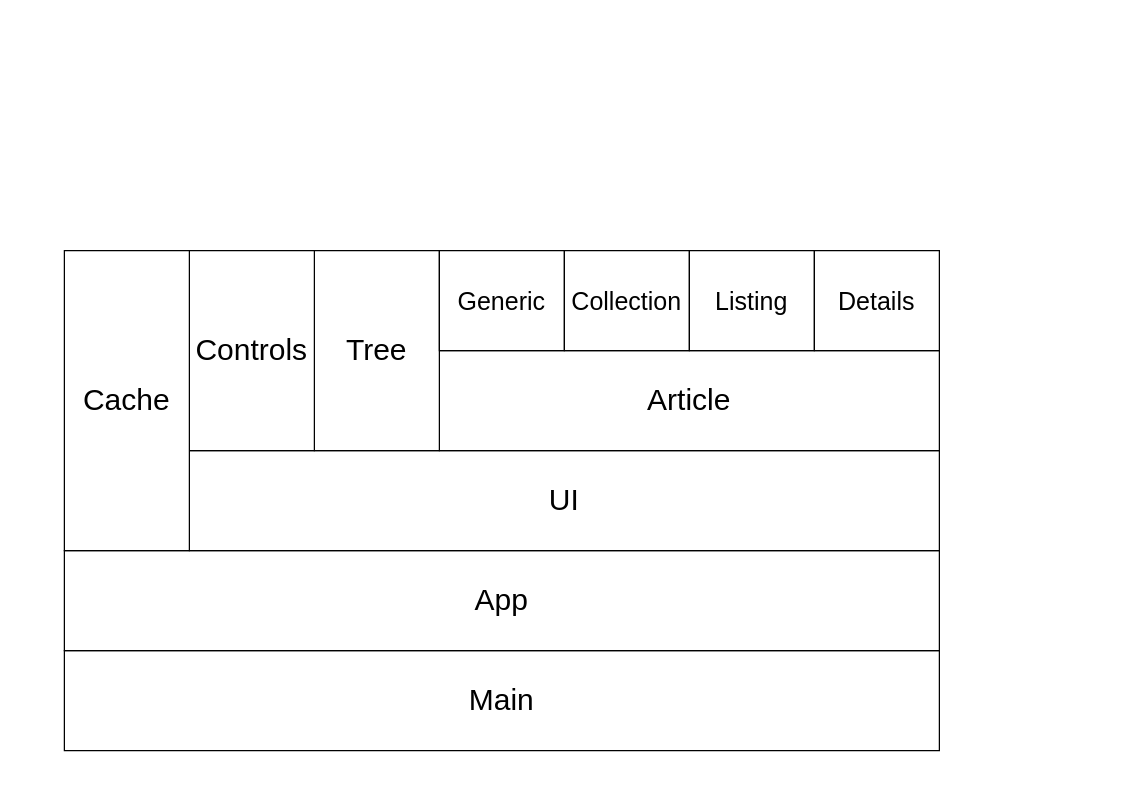
Above: doc/modules.drawio in ThomasWeiser/mediatum-view (draw.io), before the change. Source tidied: cells renumbered, new cells numbered last; positions are measured from the earlier drawing's top-left corner, leaving out a move shared by most shapes. Both pictures are drawn from the tidied source at 125%, with x=0, y=0 at pixel (64, 250).
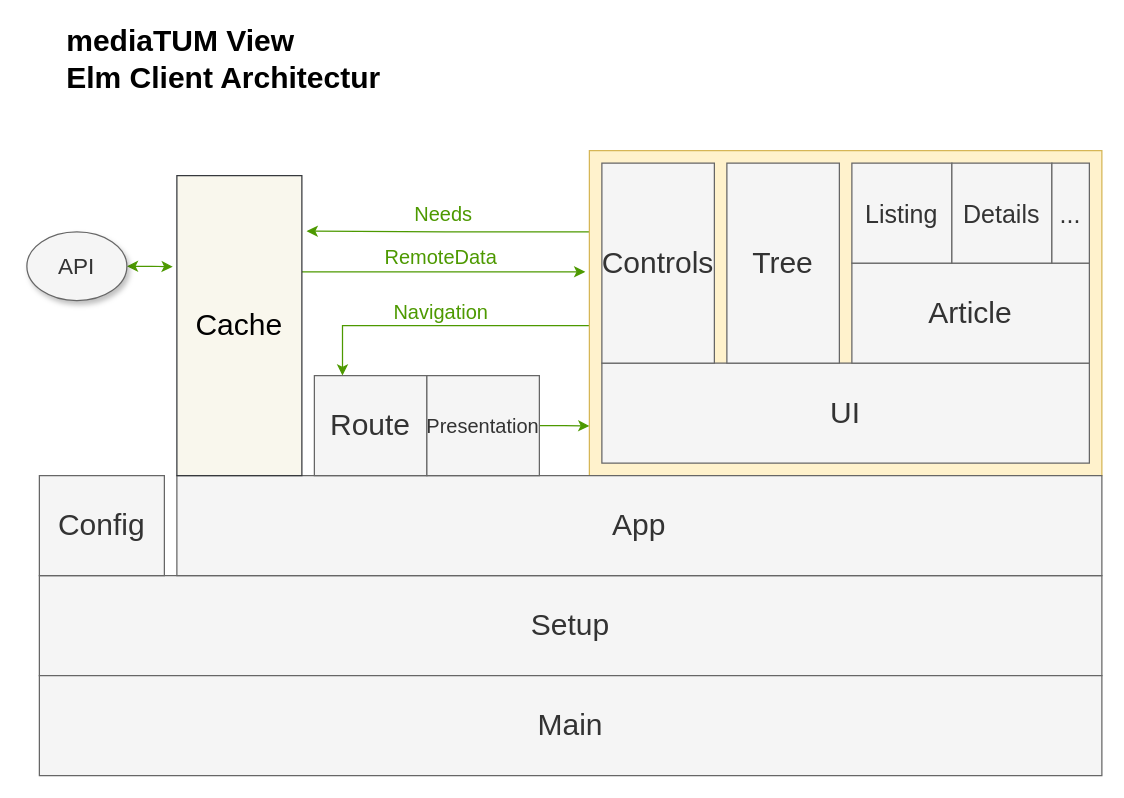
The same page after the edit.

Commit message (it also covers changes not shown here):
Update diagram of modules architecture

The edit, as a diff of the source:
```diff
@@
+    <mxCell id="13" style="edgeStyle=orthogonalEdgeStyle;rounded=0;jettySize=auto;html=1;exitX=0;exitY=0.25;exitDx=0;exitDy=0;entryX=1.038;entryY=0.185;entryDx=0;entryDy=0;entryPerimeter=0;fontSize=16;fontColor=#4D9900;strokeColor=#4D9900;" parent="1" edge="1" source="17" target="12">
+      <mxGeometry relative="1" as="geometry" />
+    </mxCell>
+    <mxCell id="14" value="Needs" style="edgeLabel;html=1;align=center;verticalAlign=middle;fontSize=16;fontColor=#4D9900;" parent="13" vertex="1">
+      <mxGeometry x="-0.27" y="3" relative="1" as="geometry">
+        <mxPoint x="-35" y="-18" as="offset" />
+      </mxGeometry>
+    </mxCell>
+    <mxCell id="15" style="edgeStyle=orthogonalEdgeStyle;rounded=0;jettySize=auto;html=1;entryX=0.25;entryY=0;entryDx=0;entryDy=0;fontSize=16;fontColor=#4D9900;strokeColor=#4D9900;" parent="1" edge="1" source="17" target="22">
+      <mxGeometry relative="1" as="geometry">
+        <Array as="points">
+          <mxPoint x="223" y="60" />
+        </Array>
+      </mxGeometry>
+    </mxCell>
+    <mxCell id="16" value="Navigation" style="edgeLabel;html=1;align=center;verticalAlign=middle;fontSize=16;fontColor=#4D9900;" parent="15" vertex="1">
+      <mxGeometry x="0.03" y="2" relative="1" as="geometry">
+        <mxPoint x="2" y="-14" as="offset" />
+      </mxGeometry>
+    </mxCell>
+    <mxCell id="17" style="rounded=0;whiteSpace=wrap;html=1;fontSize=24;verticalAlign=middle;fillColor=#fff2cc;strokeColor=#d6b656;" parent="1" vertex="1">
+      <mxGeometry x="420" y="-80" width="410" height="260" as="geometry" />
+    </mxCell>
-    <mxCell id="2" value="Main" style="rounded=0;whiteSpace=wrap;html=1;fontSize=24;verticalAlign=middle;" parent="1" vertex="1">
-      <mxGeometry y="320" width="700" height="80" as="geometry" />
+    <mxCell id="2" value="Setup&lt;br&gt;" style="rounded=0;whiteSpace=wrap;html=1;fontSize=24;verticalAlign=middle;fillColor=#f5f5f5;strokeColor=#666666;fontColor=#333333;" parent="1" vertex="1">
+      <mxGeometry x="-20" y="260" width="850" height="80" as="geometry" />
     </mxCell>
-    <mxCell id="3" value="App" style="rounded=0;whiteSpace=wrap;html=1;fontSize=24;verticalAlign=middle;" parent="1" vertex="1">
-      <mxGeometry y="240" width="700" height="80" as="geometry" />
+    <mxCell id="3" value="App" style="rounded=0;whiteSpace=wrap;html=1;fontSize=24;verticalAlign=middle;fillColor=#f5f5f5;strokeColor=#666666;fontColor=#333333;" parent="1" vertex="1">
+      <mxGeometry x="90" y="180" width="740" height="80" as="geometry" />
     </mxCell>
-    <mxCell id="4" value="UI" style="rounded=0;whiteSpace=wrap;html=1;fontSize=24;verticalAlign=middle;" parent="1" vertex="1">
-      <mxGeometry x="100" y="160" width="600" height="80" as="geometry" />
+    <mxCell id="4" value="UI" style="rounded=0;whiteSpace=wrap;html=1;fontSize=24;verticalAlign=middle;fillColor=#f5f5f5;strokeColor=#666666;fontColor=#333333;" parent="1" vertex="1">
+      <mxGeometry x="430" y="90" width="390" height="80" as="geometry" />
     </mxCell>
-    <mxCell id="5" value="Article" style="rounded=0;whiteSpace=wrap;html=1;fontSize=24;verticalAlign=middle;" parent="1" vertex="1">
-      <mxGeometry x="300" y="80" width="400" height="80" as="geometry" />
+    <mxCell id="5" value="Article" style="rounded=0;whiteSpace=wrap;html=1;fontSize=24;verticalAlign=middle;fillColor=#f5f5f5;strokeColor=#666666;fontColor=#333333;" parent="1" vertex="1">
+      <mxGeometry x="630" y="10" width="190" height="80" as="geometry" />
     </mxCell>
-    <mxCell id="6" value="Tree" style="rounded=0;whiteSpace=wrap;html=1;fontSize=24;verticalAlign=middle;" parent="1" vertex="1">
-      <mxGeometry x="200" width="100" height="160" as="geometry" />
+    <mxCell id="6" value="Tree" style="rounded=0;whiteSpace=wrap;html=1;fontSize=24;verticalAlign=middle;fillColor=#f5f5f5;strokeColor=#666666;fontColor=#333333;" parent="1" vertex="1">
+      <mxGeometry x="530" y="-70" width="90" height="160" as="geometry" />
     </mxCell>
-    <mxCell id="7" value="Controls" style="rounded=0;whiteSpace=wrap;html=1;fontSize=24;verticalAlign=middle;" parent="1" vertex="1">
-      <mxGeometry x="100" width="100" height="160" as="geometry" />
+    <mxCell id="7" value="Controls" style="rounded=0;whiteSpace=wrap;html=1;fontSize=24;verticalAlign=middle;fillColor=#f5f5f5;strokeColor=#666666;fontColor=#333333;" parent="1" vertex="1">
+      <mxGeometry x="430" y="-70" width="90" height="160" as="geometry" />
     </mxCell>
-    <mxCell id="8" value="Generic" style="rounded=0;whiteSpace=wrap;html=1;fontSize=20;verticalAlign=middle;" parent="1" vertex="1">
-      <mxGeometry x="300" width="100" height="80" as="geometry" />
+    <mxCell id="8" value="Listing" style="rounded=0;whiteSpace=wrap;html=1;fontSize=20;verticalAlign=middle;fillColor=#f5f5f5;strokeColor=#666666;fontColor=#333333;" parent="1" vertex="1">
+      <mxGeometry x="630" y="-70" width="80" height="80" as="geometry" />
     </mxCell>
-    <mxCell id="9" value="Collection" style="rounded=0;whiteSpace=wrap;html=1;fontSize=20;verticalAlign=middle;" parent="1" vertex="1">
-      <mxGeometry x="400" width="100" height="80" as="geometry" />
+    <mxCell id="9" value="Details" style="rounded=0;whiteSpace=wrap;html=1;fontSize=20;verticalAlign=middle;fillColor=#f5f5f5;strokeColor=#666666;fontColor=#333333;" parent="1" vertex="1">
+      <mxGeometry x="710" y="-70" width="80" height="80" as="geometry" />
     </mxCell>
-    <mxCell id="10" value="Listing" style="rounded=0;whiteSpace=wrap;html=1;fontSize=20;verticalAlign=middle;" parent="1" vertex="1">
-      <mxGeometry x="500" width="100" height="80" as="geometry" />
+    <mxCell id="10" value="..." style="rounded=0;whiteSpace=wrap;html=1;fontSize=20;verticalAlign=middle;fillColor=#f5f5f5;strokeColor=#666666;fontColor=#333333;" parent="1" vertex="1">
+      <mxGeometry x="790" y="-70" width="30" height="80" as="geometry" />
     </mxCell>
-    <mxCell id="11" value="Details" style="rounded=0;whiteSpace=wrap;html=1;fontSize=20;verticalAlign=middle;" parent="1" vertex="1">
-      <mxGeometry x="600" width="100" height="80" as="geometry" />
-    </mxCell>
+    <mxCell id="18" style="edgeStyle=orthogonalEdgeStyle;rounded=0;jettySize=auto;html=1;entryX=-0.008;entryY=0.373;entryDx=0;entryDy=0;entryPerimeter=0;startArrow=none;startFill=0;strokeColor=#4D9900;fontSize=22;fontColor=#000000;" parent="1" edge="1" source="12" target="17">
+      <mxGeometry relative="1" as="geometry">
+        <Array as="points">
+          <mxPoint x="250" y="17" />
+          <mxPoint x="250" y="17" />
+        </Array>
+      </mxGeometry>
+    </mxCell>
+    <mxCell id="19" value="RemoteData" style="edgeLabel;html=1;align=center;verticalAlign=middle;fontSize=16;fontColor=#4D9900;" parent="18" vertex="1">
+      <mxGeometry x="-0.25" y="-1" relative="1" as="geometry">
+        <mxPoint x="25" y="-13" as="offset" />
+      </mxGeometry>
+    </mxCell>
-    <mxCell id="12" value="Cache" style="rounded=0;whiteSpace=wrap;html=1;fontSize=24;verticalAlign=middle;" parent="1" vertex="1">
-      <mxGeometry width="100" height="240" as="geometry" />
+    <mxCell id="12" value="Cache" style="rounded=0;whiteSpace=wrap;html=1;fontSize=24;verticalAlign=middle;fillColor=#f9f7ed;strokeColor=#36393d;" parent="1" vertex="1">
+      <mxGeometry x="90" y="-60" width="100" height="240" as="geometry" />
     </mxCell>
+    <mxCell id="20" value="Main" style="rounded=0;whiteSpace=wrap;html=1;fontSize=24;verticalAlign=middle;fillColor=#f5f5f5;strokeColor=#666666;fontColor=#333333;" parent="1" vertex="1">
+      <mxGeometry x="-20" y="340" width="850" height="80" as="geometry" />
+    </mxCell>
+    <mxCell id="21" value="Config&lt;br&gt;" style="rounded=0;whiteSpace=wrap;html=1;fontSize=24;verticalAlign=middle;fillColor=#f5f5f5;strokeColor=#666666;fontColor=#333333;" parent="1" vertex="1">
+      <mxGeometry x="-20" y="180" width="100" height="80" as="geometry" />
+    </mxCell>
+    <mxCell id="22" value="Route&lt;br&gt;" style="rounded=0;whiteSpace=wrap;html=1;fontSize=24;verticalAlign=middle;fillColor=#f5f5f5;strokeColor=#666666;fontColor=#333333;" parent="1" vertex="1">
+      <mxGeometry x="200" y="100" width="90" height="80" as="geometry" />
+    </mxCell>
+    <mxCell id="23" style="edgeStyle=orthogonalEdgeStyle;rounded=0;jettySize=auto;html=1;entryX=0;entryY=0.847;entryDx=0;entryDy=0;entryPerimeter=0;fontSize=16;fontColor=#4D9900;strokeColor=#4D9900;" parent="1" edge="1" source="24" target="17">
+      <mxGeometry relative="1" as="geometry" />
+    </mxCell>
+    <mxCell id="24" value="Presentation" style="rounded=0;whiteSpace=wrap;html=1;fontSize=16;verticalAlign=middle;fillColor=#f5f5f5;strokeColor=#666666;fontColor=#333333;" parent="1" vertex="1">
+      <mxGeometry x="290" y="100" width="90" height="80" as="geometry" />
+    </mxCell>
+    <mxCell id="25" value="mediaTUM View&#10;Elm Client Architectur" style="text;strokeColor=none;fillColor=none;align=left;verticalAlign=middle;whiteSpace=wrap;rounded=0;fontSize=24;fontStyle=1;spacing=2;labelBackgroundColor=none;labelBorderColor=none;" parent="1" vertex="1">
+      <mxGeometry y="-183" width="350" height="60" as="geometry" />
+    </mxCell>
+    <mxCell id="26" style="edgeStyle=orthogonalEdgeStyle;rounded=0;jettySize=auto;html=1;entryX=-0.033;entryY=0.304;entryDx=0;entryDy=0;entryPerimeter=0;strokeColor=#4D9900;fontSize=22;fontColor=#000000;startArrow=classic;startFill=1;" parent="1" edge="1" source="27" target="12">
+      <mxGeometry relative="1" as="geometry" />
+    </mxCell>
+    <mxCell id="27" value="API" style="ellipse;whiteSpace=wrap;html=1;shadow=1;labelBackgroundColor=none;strokeColor=#666666;fillColor=#f5f5f5;fontSize=18;align=center;fontColor=#333333;" parent="1" vertex="1">
+      <mxGeometry x="-30" y="-15" width="80" height="55" as="geometry" />
+    </mxCell>
```
